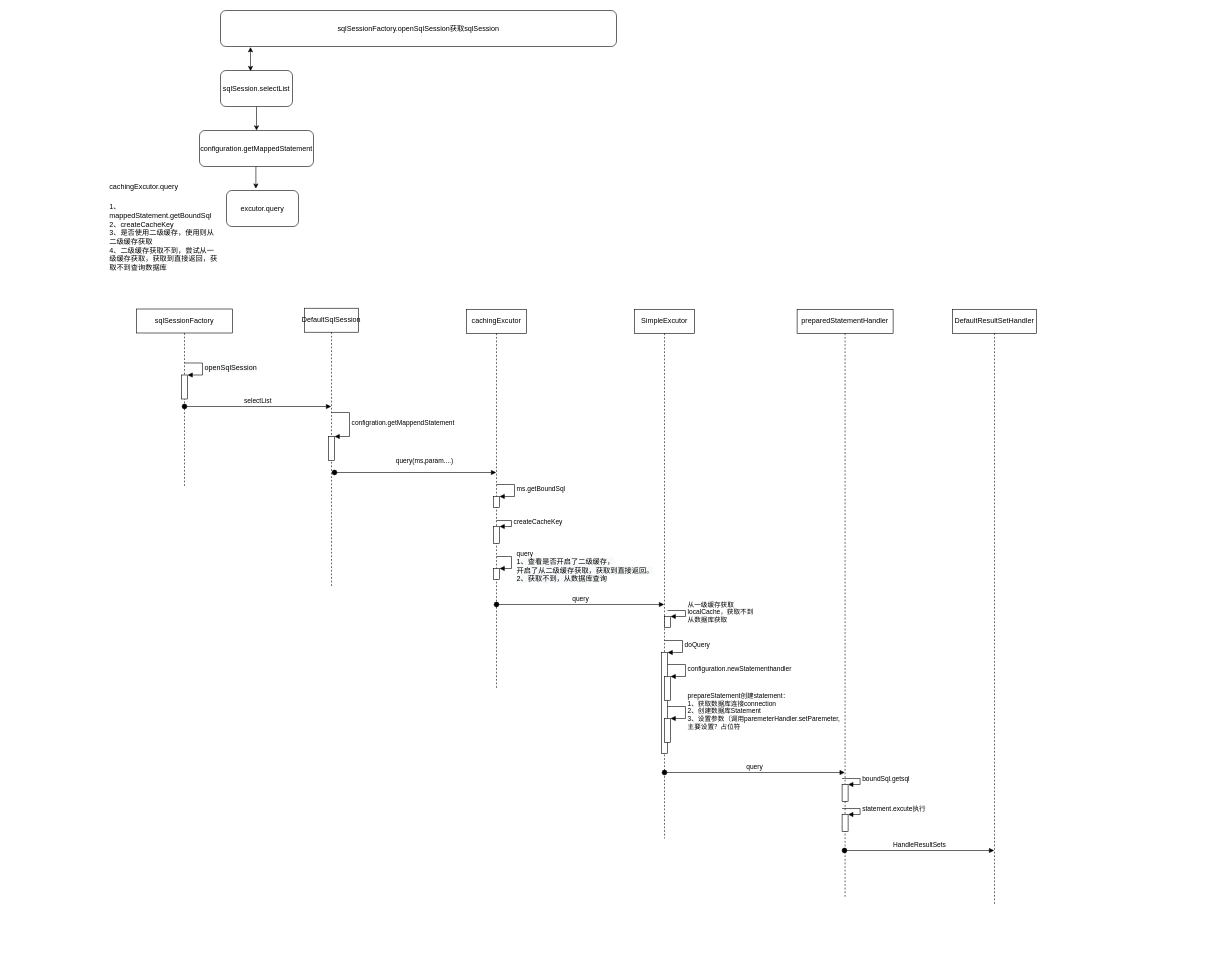
Before: mybatis.drawio in qinhaohao1114/my-draw, a draw.io diagram. Source tidied: cells renumbered, new cells numbered last; positions are measured from the earlier drawing's top-left corner, leaving out a move shared by most shapes. Both pictures are drawn from the tidied source at 60%, with x=0, y=0 at pixel (106, 10).
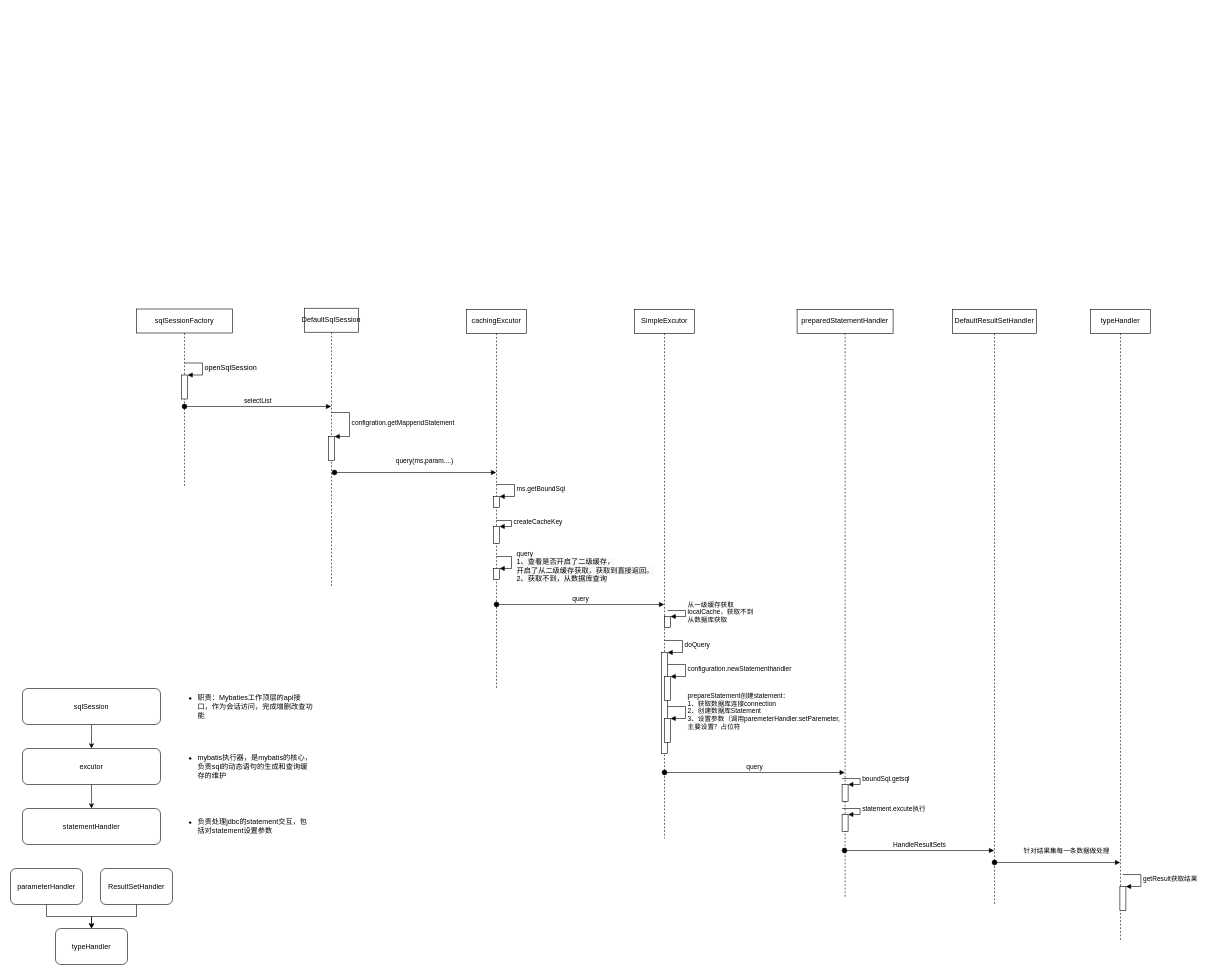
After the change.

What changed in the source:
```diff
@@
-    <mxCell id="2" value="sqlSessionFactory.openSqlSession获取sqlSession" style="rounded=1;whiteSpace=wrap;html=1;" parent="1" vertex="1">
-      <mxGeometry x="190" width="660" height="60" as="geometry" />
-    </mxCell>
-    <mxCell id="3" style="edgeStyle=orthogonalEdgeStyle;rounded=0;jettySize=auto;html=1;" parent="1" edge="1" source="4" target="7">
-      <mxGeometry relative="1" as="geometry" />
-    </mxCell>
-    <mxCell id="4" value="sqlSession.selectList" style="rounded=1;whiteSpace=wrap;html=1;" parent="1" vertex="1">
-      <mxGeometry x="190" y="100" width="120" height="60" as="geometry" />
-    </mxCell>
-    <mxCell id="5" style="endArrow=classic;startArrow=classic;html=1;exitX=0.417;exitY=0.017;exitDx=0;exitDy=0;exitPerimeter=0;" parent="1" edge="1" source="4">
-      <mxGeometry relative="1" as="geometry">
-        <mxPoint x="240" y="61" as="targetPoint" />
-      </mxGeometry>
-    </mxCell>
-    <mxCell id="6" style="edgeStyle=orthogonalEdgeStyle;rounded=0;jettySize=auto;html=1;exitX=0.5;exitY=1;exitDx=0;exitDy=0;entryX=0.408;entryY=-0.05;entryDx=0;entryDy=0;entryPerimeter=0;" parent="1" edge="1" source="7" target="8">
-      <mxGeometry relative="1" as="geometry" />
-    </mxCell>
-    <mxCell id="7" value="configuration.getMappedStatement" style="rounded=1;whiteSpace=wrap;html=1;" parent="1" vertex="1">
-      <mxGeometry x="155" y="200" width="190" height="60" as="geometry" />
-    </mxCell>
-    <mxCell id="8" value="excutor.query" style="rounded=1;whiteSpace=wrap;html=1;" parent="1" vertex="1">
-      <mxGeometry x="200" y="300" width="120" height="60" as="geometry" />
-    </mxCell>
-    <mxCell id="9" value="&lt;h1&gt;&lt;span style=&quot;font-size: 12px ; font-weight: 400 ; text-align: center&quot;&gt;cachingExcutor.query&lt;/span&gt;&lt;br&gt;&lt;/h1&gt;&lt;div&gt;&lt;span style=&quot;font-size: 12px ; font-weight: 400 ; text-align: center&quot;&gt;1、mappedStatement.getBoundSql&lt;/span&gt;&lt;/div&gt;&lt;div&gt;&lt;span style=&quot;font-size: 12px ; font-weight: 400 ; text-align: center&quot;&gt;2、createCacheKey&lt;/span&gt;&lt;/div&gt;&lt;div&gt;3、是否使用二级缓存，使用则从二级缓存获取&lt;/div&gt;&lt;div&gt;4、二级缓存获取不到，尝试从一级缓存获取，获取到直接返回，获取不到查询数据库&lt;/div&gt;" style="text;html=1;strokeColor=none;fillColor=none;spacing=5;spacingTop=-20;whiteSpace=wrap;overflow=hidden;rounded=0;" parent="1" vertex="1">
-      <mxGeometry y="270" width="190" height="180" as="geometry" />
-    </mxCell>
@@
+    <mxCell id="43" value="typeHandler" style="shape=umlLifeline;perimeter=lifelinePerimeter;whiteSpace=wrap;html=1;outlineConnect=0;" parent="1" vertex="1">
+      <mxGeometry x="1640" y="498" width="100" height="1052" as="geometry" />
+    </mxCell>
+    <mxCell id="44" style="html=1;points=[];perimeter=orthogonalPerimeter;" parent="43" vertex="1">
+      <mxGeometry x="49" y="962" width="10" height="40" as="geometry" />
+    </mxCell>
+    <mxCell id="45" value="getResult获取结果" style="edgeStyle=orthogonalEdgeStyle;html=1;align=left;spacingLeft=2;endArrow=block;rounded=0;entryX=1;entryY=0;" parent="43" edge="1" target="44">
+      <mxGeometry relative="1" as="geometry">
+        <mxPoint x="54" y="942" as="sourcePoint" />
+        <Array as="points">
+          <mxPoint x="84" y="942" />
+        </Array>
+      </mxGeometry>
+    </mxCell>
+    <mxCell id="46" value="针对结果集每一条数据做处理" style="html=1;verticalAlign=bottom;startArrow=oval;startFill=1;endArrow=block;startSize=8;" parent="1" edge="1" target="43">
+      <mxGeometry x="0.15" y="10" relative="1" as="geometry">
+        <mxPoint x="1480" y="1420" as="sourcePoint" />
+      </mxGeometry>
+    </mxCell>
+    <mxCell id="47" style="edgeStyle=orthogonalEdgeStyle;rounded=0;jettySize=auto;html=1;" parent="1" edge="1" source="48" target="50">
+      <mxGeometry relative="1" as="geometry" />
+    </mxCell>
+    <mxCell id="48" value="sqlSession" style="rounded=1;whiteSpace=wrap;html=1;" parent="1" vertex="1">
+      <mxGeometry x="-140" y="1130" width="230" height="60" as="geometry" />
+    </mxCell>
+    <mxCell id="49" style="edgeStyle=orthogonalEdgeStyle;rounded=0;jettySize=auto;html=1;" parent="1" edge="1" source="50" target="51">
+      <mxGeometry relative="1" as="geometry" />
+    </mxCell>
+    <mxCell id="50" value="excutor" style="rounded=1;whiteSpace=wrap;html=1;" parent="1" vertex="1">
+      <mxGeometry x="-140" y="1230" width="230" height="60" as="geometry" />
+    </mxCell>
+    <mxCell id="51" value="statementHandler" style="rounded=1;whiteSpace=wrap;html=1;" parent="1" vertex="1">
+      <mxGeometry x="-140" y="1330" width="230" height="60" as="geometry" />
+    </mxCell>
+    <mxCell id="52" style="edgeStyle=orthogonalEdgeStyle;rounded=0;jettySize=auto;html=1;" parent="1" edge="1" source="53" target="56">
+      <mxGeometry relative="1" as="geometry" />
+    </mxCell>
+    <mxCell id="53" value="parameterHandler" style="rounded=1;whiteSpace=wrap;html=1;" parent="1" vertex="1">
+      <mxGeometry x="-160" y="1430" width="120" height="60" as="geometry" />
+    </mxCell>
+    <mxCell id="54" style="edgeStyle=orthogonalEdgeStyle;rounded=0;jettySize=auto;html=1;" parent="1" edge="1" source="55" target="56">
+      <mxGeometry relative="1" as="geometry" />
+    </mxCell>
+    <mxCell id="55" value="ResultSetHandler" style="rounded=1;whiteSpace=wrap;html=1;" parent="1" vertex="1">
+      <mxGeometry x="-10" y="1430" width="120" height="60" as="geometry" />
+    </mxCell>
+    <mxCell id="56" value="typeHandler" style="rounded=1;whiteSpace=wrap;html=1;" parent="1" vertex="1">
+      <mxGeometry x="-85" y="1530" width="120" height="60" as="geometry" />
+    </mxCell>
+    <mxCell id="57" value="&lt;ul&gt;&lt;li&gt;职责：Mybaties工作顶层的api接口，作为会话访问，完成增删改查功能&lt;/li&gt;&lt;/ul&gt;" style="text;strokeColor=none;fillColor=none;html=1;whiteSpace=wrap;verticalAlign=middle;overflow=hidden;" parent="1" vertex="1">
+      <mxGeometry x="110" y="1120" width="236" height="80" as="geometry" />
+    </mxCell>
+    <mxCell id="58" value="&lt;ul&gt;&lt;li&gt;mybatis执行器，是mybatis的核心，负责sql的动态语句的生成和查询缓存的维护&lt;/li&gt;&lt;/ul&gt;" style="text;strokeColor=none;fillColor=none;html=1;whiteSpace=wrap;verticalAlign=middle;overflow=hidden;" parent="1" vertex="1">
+      <mxGeometry x="110" y="1220" width="236" height="80" as="geometry" />
+    </mxCell>
+    <mxCell id="59" value="&lt;ul&gt;&lt;li&gt;负责处理jdbc的statement交互，包括对statement设置参数&lt;/li&gt;&lt;/ul&gt;" style="text;strokeColor=none;fillColor=none;html=1;whiteSpace=wrap;verticalAlign=middle;overflow=hidden;" parent="1" vertex="1">
+      <mxGeometry x="110" y="1320" width="236" height="80" as="geometry" />
+    </mxCell>
```
